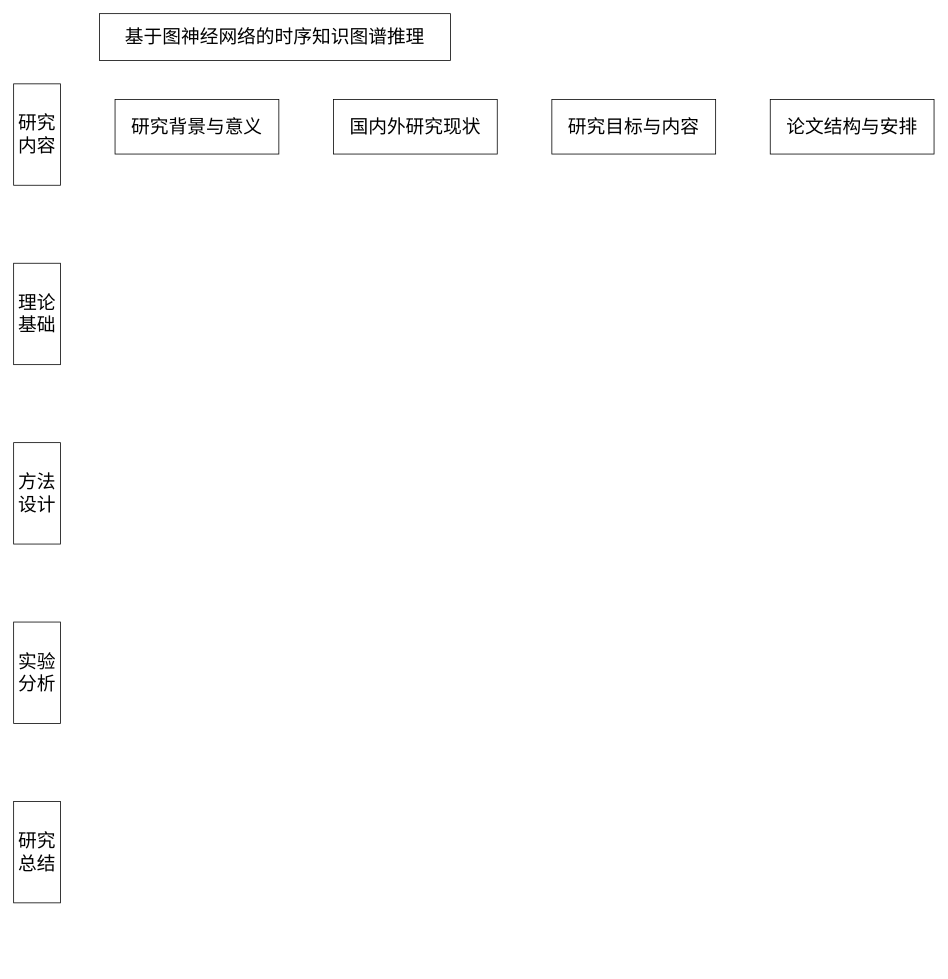
LNqwn/BISHE-GRAPH keeps this draw.io diagram as 论文结构框架图.drawio. Above is the earlier version. Source tidied: cells renumbered, new cells numbered last; positions are measured from the earlier drawing's top-left corner, leaving out a move shared by most shapes. Both pictures are drawn from the tidied source at 78%, with x=0, y=0 at pixel (13, 13).
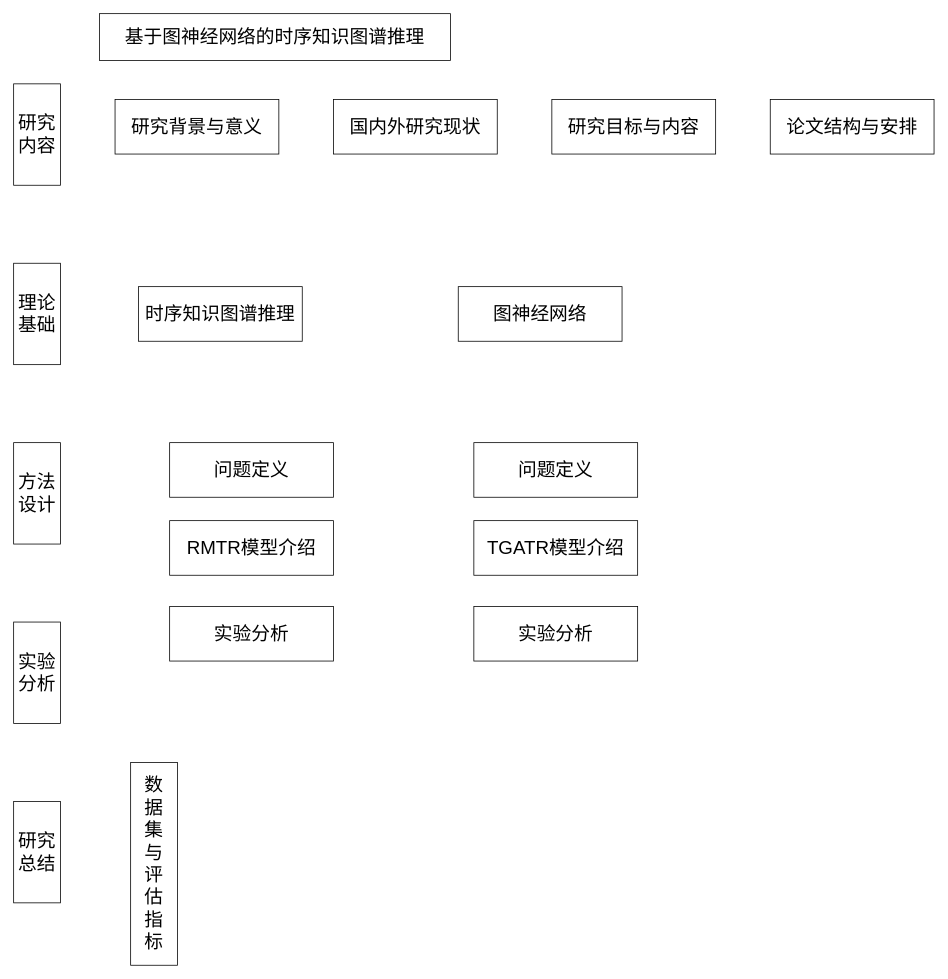
After the change.

Commit message:
更新论文结构框架图.drawio

Diff of the diagram source:
```diff
@@
+    <mxCell id="12" value="&lt;span style=&quot;font-size: 24px;&quot;&gt;时序知识图谱推理&lt;/span&gt;" style="rounded=0;whiteSpace=wrap;html=1;" parent="1" vertex="1">
+      <mxGeometry x="160" y="350" width="210" height="70" as="geometry" />
+    </mxCell>
+    <mxCell id="13" value="&lt;span style=&quot;font-size: 24px;&quot;&gt;图神经网络&lt;/span&gt;" style="rounded=0;whiteSpace=wrap;html=1;" parent="1" vertex="1">
+      <mxGeometry x="570" y="350" width="210" height="70" as="geometry" />
+    </mxCell>
+    <mxCell id="14" value="&lt;span style=&quot;font-size: 24px;&quot;&gt;问题定义&lt;/span&gt;" style="rounded=0;whiteSpace=wrap;html=1;" parent="1" vertex="1">
+      <mxGeometry x="200" y="550" width="210" height="70" as="geometry" />
+    </mxCell>
+    <mxCell id="15" value="&lt;span style=&quot;font-size: 24px;&quot;&gt;RMTR模型介绍&lt;/span&gt;" style="rounded=0;whiteSpace=wrap;html=1;" parent="1" vertex="1">
+      <mxGeometry x="200" y="650" width="210" height="70" as="geometry" />
+    </mxCell>
+    <mxCell id="16" value="&lt;span style=&quot;font-size: 24px;&quot;&gt;实验分析&lt;/span&gt;" style="rounded=0;whiteSpace=wrap;html=1;" parent="1" vertex="1">
+      <mxGeometry x="200" y="760" width="210" height="70" as="geometry" />
+    </mxCell>
+    <mxCell id="17" value="&lt;span style=&quot;font-size: 24px;&quot;&gt;问题定义&lt;/span&gt;" style="rounded=0;whiteSpace=wrap;html=1;" parent="1" vertex="1">
+      <mxGeometry x="590" y="550" width="210" height="70" as="geometry" />
+    </mxCell>
+    <mxCell id="18" value="&lt;span style=&quot;font-size: 24px;&quot;&gt;TGATR模型介绍&lt;/span&gt;" style="rounded=0;whiteSpace=wrap;html=1;" parent="1" vertex="1">
+      <mxGeometry x="590" y="650" width="210" height="70" as="geometry" />
+    </mxCell>
+    <mxCell id="19" value="&lt;span style=&quot;font-size: 24px;&quot;&gt;实验分析&lt;/span&gt;" style="rounded=0;whiteSpace=wrap;html=1;" parent="1" vertex="1">
+      <mxGeometry x="590" y="760" width="210" height="70" as="geometry" />
+    </mxCell>
+    <mxCell id="20" value="&lt;span style=&quot;font-size: 24px;&quot;&gt;数&lt;/span&gt;&lt;div&gt;&lt;span style=&quot;font-size: 24px;&quot;&gt;据&lt;/span&gt;&lt;/div&gt;&lt;div&gt;&lt;span style=&quot;font-size: 24px;&quot;&gt;集&lt;/span&gt;&lt;/div&gt;&lt;div&gt;&lt;span style=&quot;font-size: 24px;&quot;&gt;与&lt;/span&gt;&lt;/div&gt;&lt;div&gt;&lt;span style=&quot;font-size: 24px;&quot;&gt;评&lt;/span&gt;&lt;/div&gt;&lt;div&gt;&lt;span style=&quot;font-size: 24px;&quot;&gt;估&lt;/span&gt;&lt;/div&gt;&lt;div&gt;&lt;span style=&quot;font-size: 24px;&quot;&gt;指&lt;/span&gt;&lt;/div&gt;&lt;div&gt;&lt;span style=&quot;font-size: 24px;&quot;&gt;标&lt;/span&gt;&lt;/div&gt;" style="rounded=0;whiteSpace=wrap;html=1;" parent="1" vertex="1">
+      <mxGeometry x="150" y="960" width="60" height="260" as="geometry" />
+    </mxCell>
```
